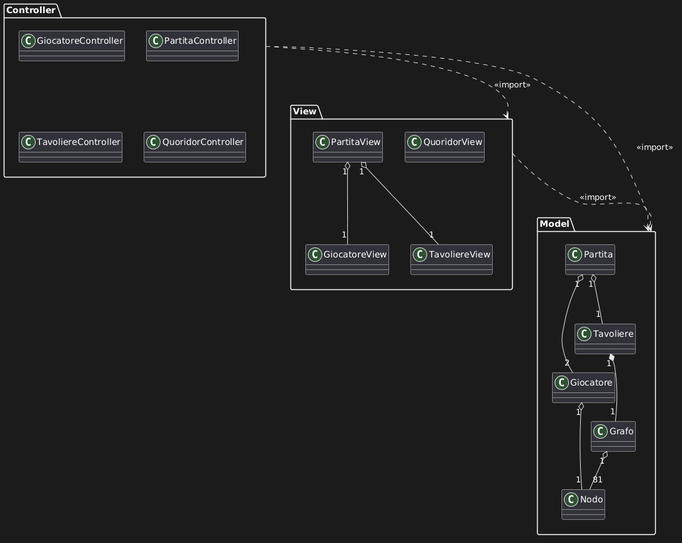
Above: docs/img/DiagrammaPackage.png in mattiatanzi/quoridor-python-mvc (PlantUML), before the change. Its diagram source:
```plantuml
@startuml
allowmixing

package Model {
    class Giocatore
    class Partita
    class Tavoliere
    class Nodo
    class Grafo

    Partita "1" o-- "2" Giocatore
    Partita "1" o-- "1" Tavoliere
    Tavoliere "1" *-- "1" Grafo
    Grafo "1" o-- "81" Nodo
    Giocatore "1" o-- "1" Nodo

}
package View {
    class GiocatoreView
    class PartitaView
    class TavoliereView
    class QuoridorView

    PartitaView "1" o-- "1" GiocatoreView
    PartitaView "1" o-- "1" TavoliereView
}
package Controller {
    class GiocatoreController
    class PartitaController
    class TavoliereController
    class QuoridorController
}

Controller ..> Model : <<import>>
Controller ..> View : <<import>>
View ..> Model : <<import>>
@enduml
```
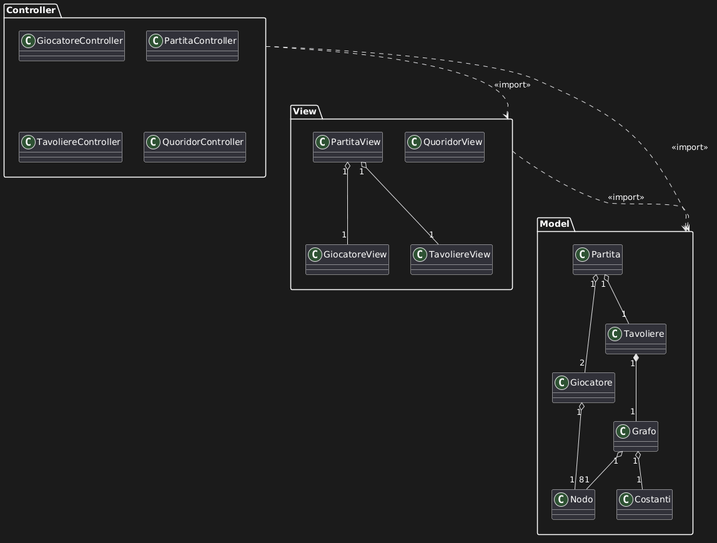
The same file after the commit.

Commit message:
Modifiche concettuali di diagrammi

The edit, as a diff of the source:
```diff
@@ -7,13 +7,14 @@
     class Tavoliere
     class Nodo
     class Grafo
+    class Costanti
 
     Partita "1" o-- "2" Giocatore
     Partita "1" o-- "1" Tavoliere
     Tavoliere "1" *-- "1" Grafo
     Grafo "1" o-- "81" Nodo
     Giocatore "1" o-- "1" Nodo
-
+    Grafo "1" o-- "1" Costanti
 }
 package View {
     class GiocatoreView
```
